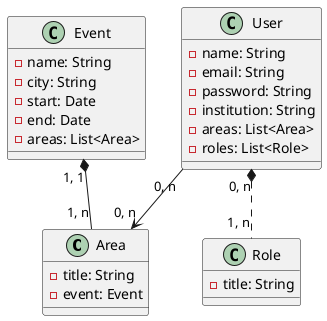
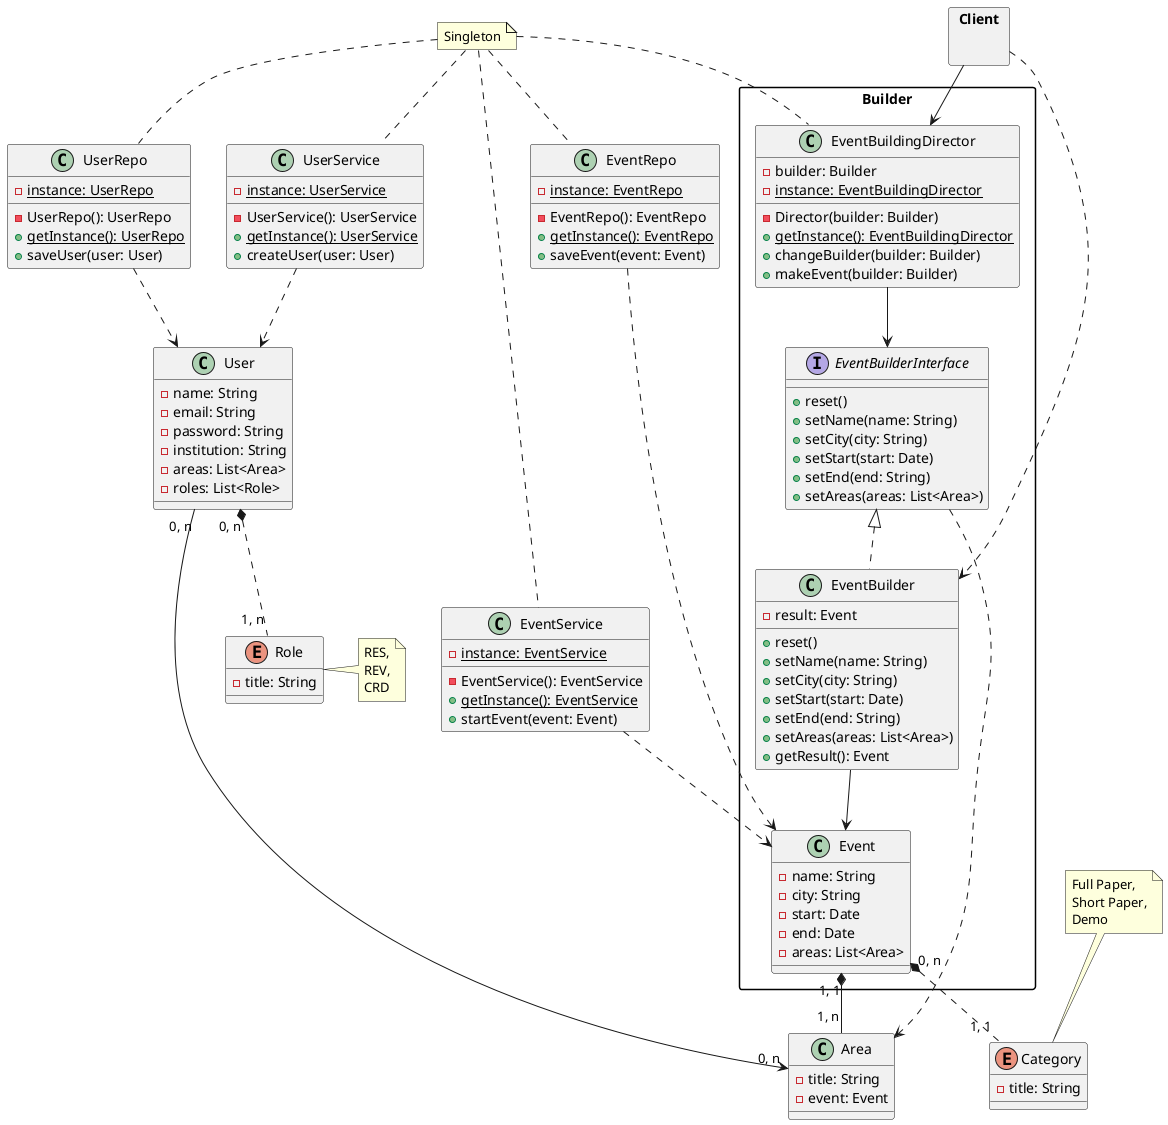
@startuml modelo
+ 
+   enum Category {
+     - title: String
+   }
+   note top: Full Paper,\nShort Paper,\nDemo

  class Area {
    - title: String
    - event: Event
  }

-   class Event {
-     - name: String
-     - city: String
-     - start: Date
-     - end: Date
-     - areas: List<Area>
+   skinparam packageStyle rectangle
+   package Client {}
+ 
+   package Builder {
+     class Event {
+       - name: String
+       - city: String
+       - start: Date
+       - end: Date
+       - areas: List<Area>
+     }
+ 
+     Event "1, 1" *-- "1, n" Area
+     Event "0, n" *.. "1, 1" Category
+ 
+     interface EventBuilderInterface {
+       + reset()
+       + setName(name: String)
+       + setCity(city: String)
+       + setStart(start: Date)
+       + setEnd(end: String)
+       + setAreas(areas: List<Area>)
+     }
+ 
+ 
+     class EventBuilder implements EventBuilderInterface {
+       - result: Event
+       + reset()
+       + setName(name: String)
+       + setCity(city: String)
+       + setStart(start: Date)
+       + setEnd(end: String)
+       + setAreas(areas: List<Area>)
+       + getResult(): Event
+     }
+ 
+ 
+     class EventBuildingDirector {
+       - builder: Builder
+       - {static} instance: EventBuildingDirector
+       - Director(builder: Builder)
+       + {static} getInstance(): EventBuildingDirector
+       + changeBuilder(builder: Builder)
+       + makeEvent(builder: Builder)
+     }
+ 
+ 
+     EventBuilderInterface ..> Area
+ 
+     EventBuilder --> Event
+ 
+     EventBuildingDirector --> EventBuilderInterface
+ 
+ 
+     Client --> EventBuildingDirector
+     Client ..> EventBuilder
  }

-   Event "1, 1" *-- "1, n" Area
+   class EventRepo {
+     - {static} instance: EventRepo
+     - EventRepo(): EventRepo
+     + {static} getInstance(): EventRepo
+     + saveEvent(event: Event)
+   }
+ 
+   class EventService {
+     - {static} instance: EventService
+     - EventService(): EventService
+     + {static} getInstance(): EventService
+     + startEvent(event: Event)
+   }
+ 
+   EventService ..> Event
+   EventRepo ..> Event
+ 
+   note "Singleton" as N1
+ 
+   N1 .. EventService
+   N1 .. EventRepo
+   N1 .. UserService
+   N1 .. UserRepo
+   N1 .. EventBuildingDirector

  class User {
    - name: String
    - email: String
    - password: String
    - institution: String
    - areas: List<Area>
    - roles: List<Role>
  }

  User "0, n" --> "0, n" Area

-   class Role {
+   class UserRepo {
+     - {static} instance: UserRepo
+     - UserRepo(): UserRepo
+     + {static} getInstance(): UserRepo
+     + saveUser(user: User)
+   }
+ 
+   class UserService {
+     - {static} instance: UserService
+     - UserService(): UserService
+     + {static} getInstance(): UserService
+     + createUser(user: User)
+   }
+ 
+   UserService ..> User
+   UserRepo ..> User
+ 
+ 
+   enum Role {
    - title: String
  }
+   note right: RES,\nREV,\nCRD

  User "0, n" *.. "1, n" Role

@enduml